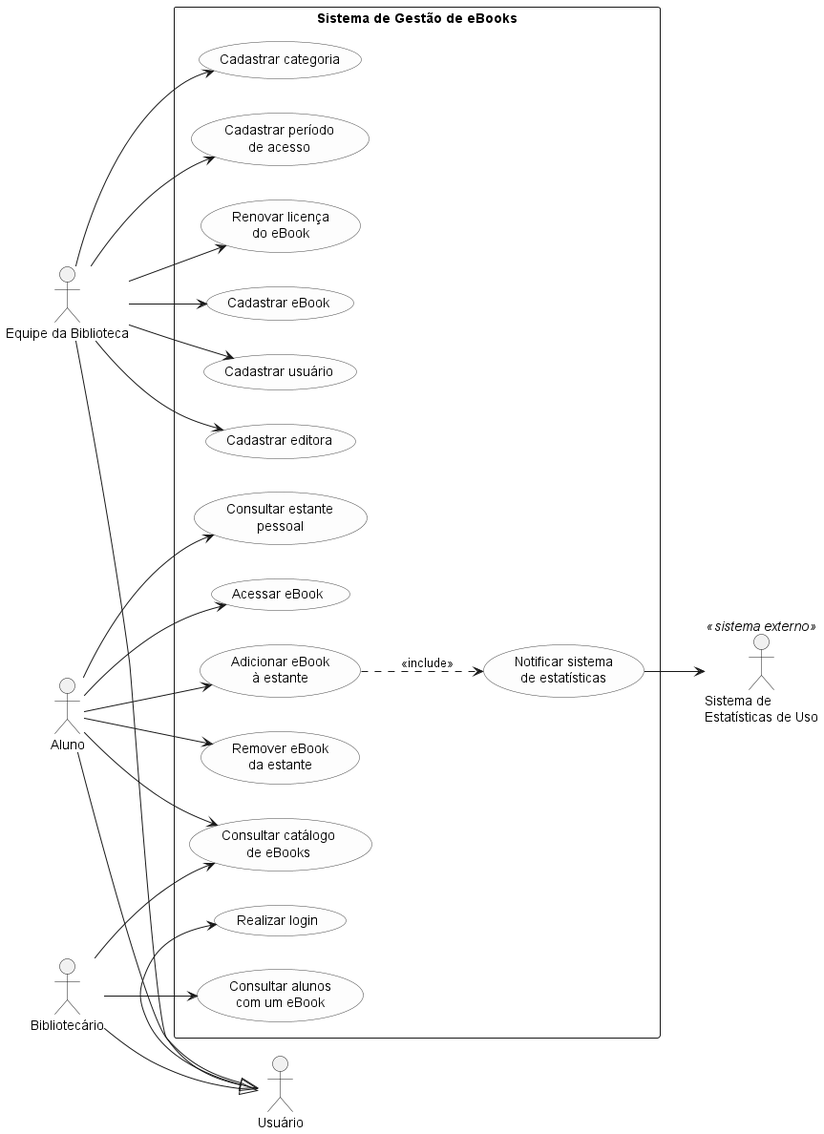
This is docs/diagramas/casos_de_uso_ebooks.png from Aklages/lab01-ebooks-biblioteca, a PlantUML export, as it was before one commit.
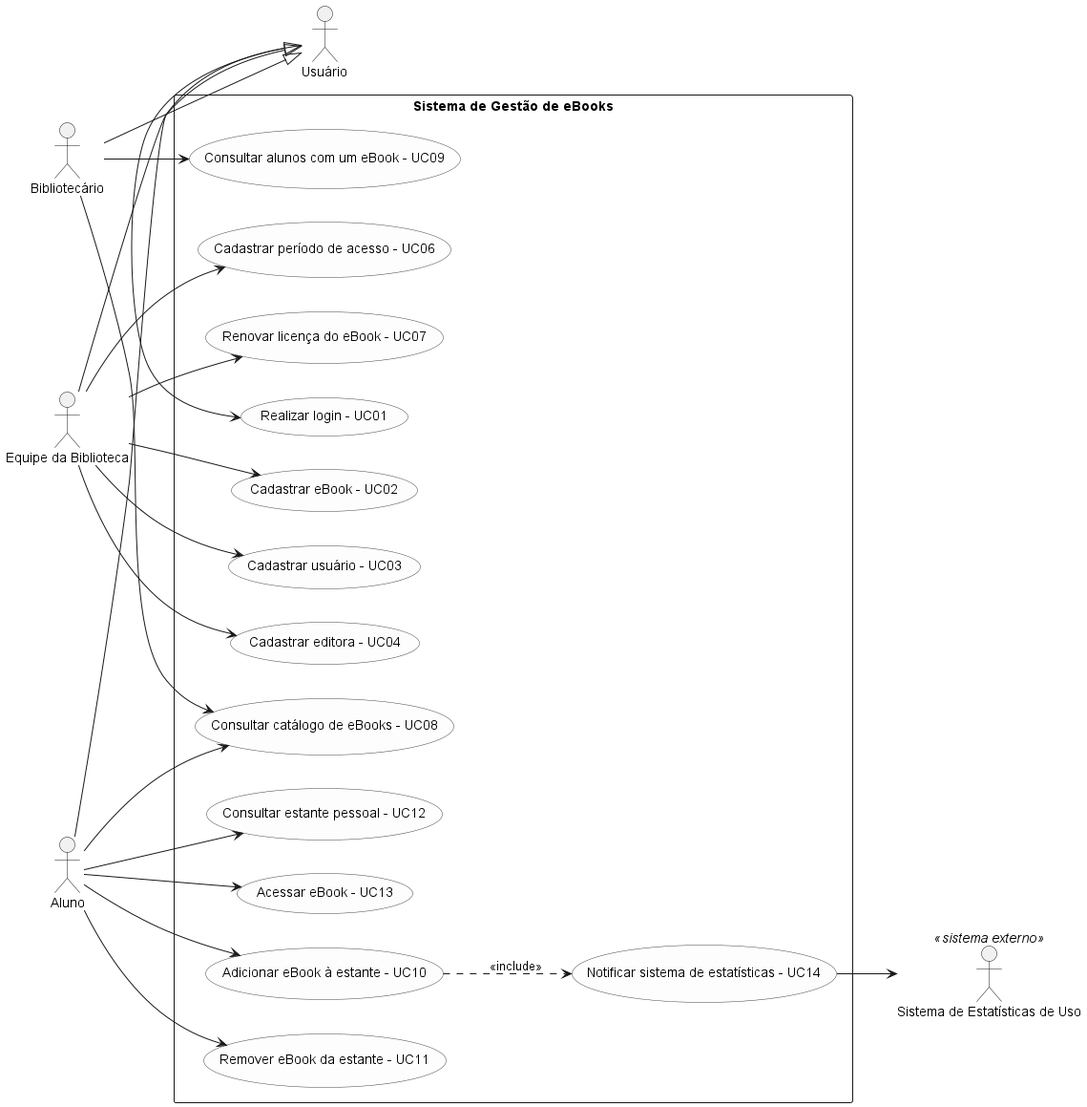
The same file after the commit.

What changed in the source:
```diff
@@ -10,24 +10,23 @@
 
 rectangle "Sistema de Gestão de eBooks" {
 
-  usecase "Realizar login" as UC01
+  usecase "Realizar login - UC01" as UC01
 
-  usecase "Cadastrar eBook" as UC02
-  usecase "Cadastrar usuário" as UC03
-  usecase "Cadastrar editora" as UC04
-  usecase "Cadastrar categoria" as UC05
-  usecase "Cadastrar período\nde acesso" as UC06
-  usecase "Renovar licença\ndo eBook" as UC07
+  usecase "Cadastrar eBook - UC02" as UC02
+  usecase "Cadastrar usuário - UC03" as UC03
+  usecase "Cadastrar editora - UC04" as UC04
+  usecase "Cadastrar período de acesso - UC06" as UC06
+  usecase "Renovar licença do eBook - UC07" as UC07
 
-  usecase "Consultar catálogo\nde eBooks" as UC08
-  usecase "Consultar alunos\ncom um eBook" as UC09
+  usecase "Consultar catálogo de eBooks - UC08" as UC08
+  usecase "Consultar alunos com um eBook - UC09" as UC09
 
-  usecase "Adicionar eBook\nà estante" as UC10
-  usecase "Remover eBook\nda estante" as UC11
-  usecase "Consultar estante\npessoal" as UC12
-  usecase "Acessar eBook" as UC13
+  usecase "Adicionar eBook à estante - UC10" as UC10
+  usecase "Remover eBook da estante - UC11" as UC11
+  usecase "Consultar estante pessoal - UC12" as UC12
+  usecase "Acessar eBook - UC13" as UC13
 
-  usecase "Notificar sistema\nde estatísticas" as UC14
+  usecase "Notificar sistema de estatísticas - UC14" as UC14
 }
 
 actor Usuario as "Usuário"
@@ -39,14 +38,13 @@
 Bibliotecario --|> Usuario
 Equipe --|> Usuario
 
-actor Estatisticas as "Sistema de\nEstatísticas de Uso" <<sistema externo>>
+actor Estatisticas as "Sistema de Estatísticas de Uso" <<sistema externo>>
 
 Usuario --> UC01
 
 Equipe --> UC02
 Equipe --> UC03
 Equipe --> UC04
-Equipe --> UC05
 Equipe --> UC06
 Equipe --> UC07
 
```
